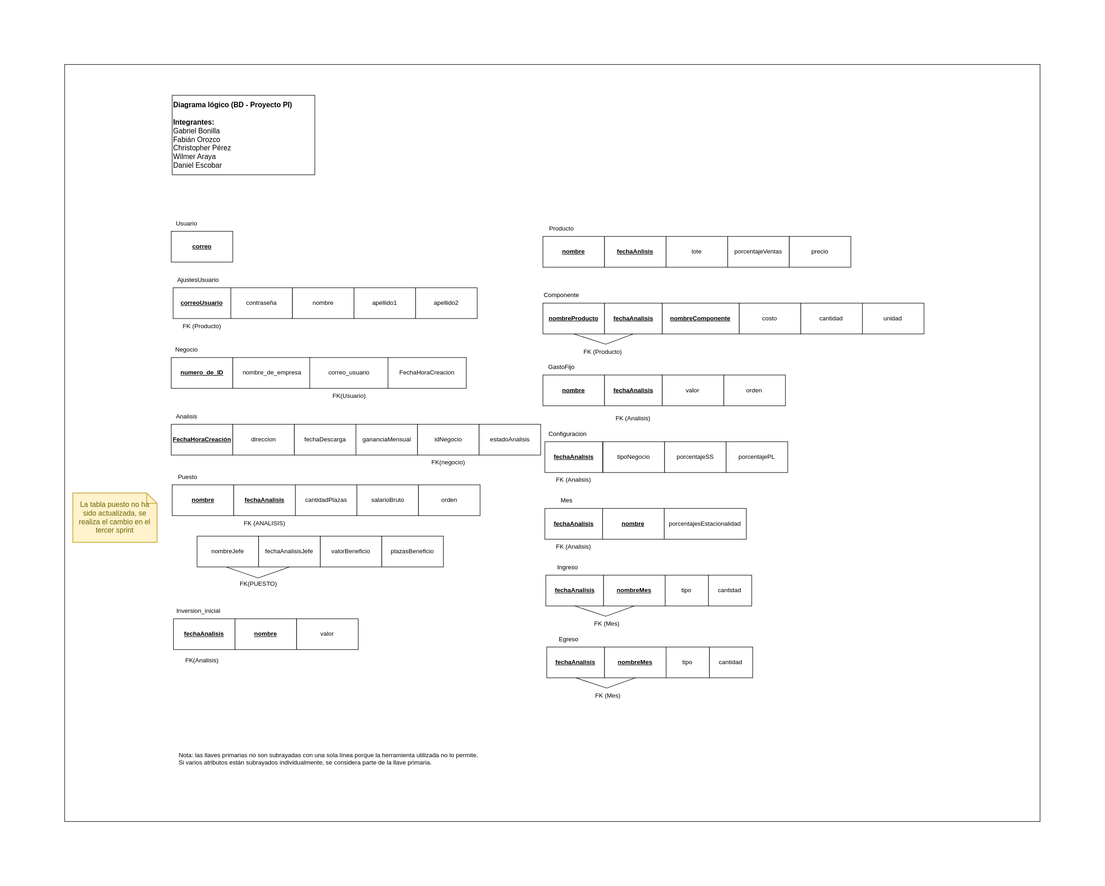
Above: design/database/DisenoLogico.svg in Wumpus-Proyecto-PI/CI0128_22B_Wumpus (draw.io), before the change. Source tidied: cells renumbered, new cells last; positions are measured from the earlier drawing's top-left corner, leaving out a move shared by most shapes.
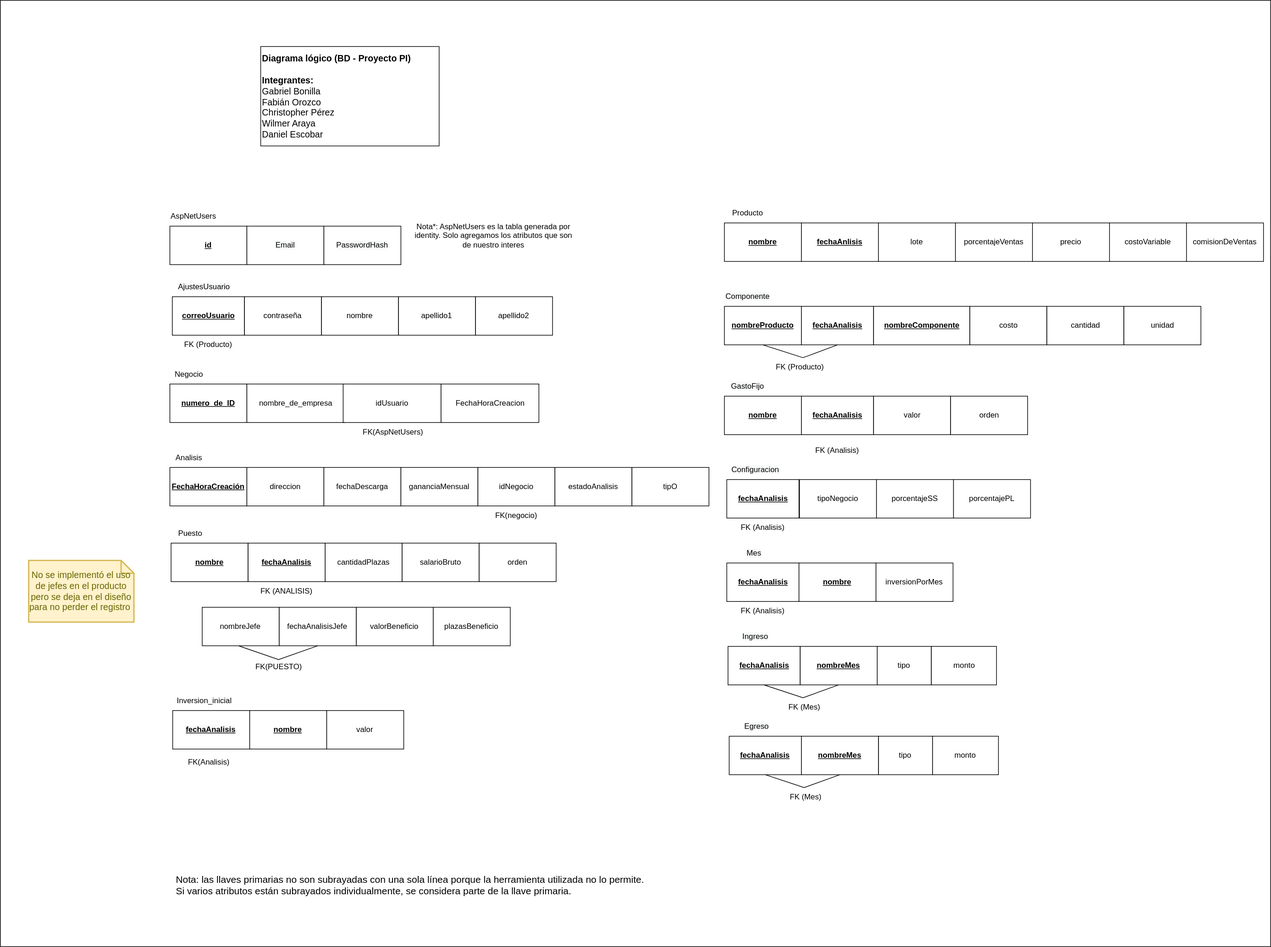
The same diagram one commit later.

Commit message:
Agregando diseno logico y eer de la base de datos.

Diff of the diagram source:
```diff
@@ -5,63 +5,63 @@
     <mxCell id="2" value="&amp;nbsp; &amp;nbsp;&amp;nbsp;" style="rounded=0;whiteSpace=wrap;html=1;" parent="1" vertex="1">
-      <mxGeometry width="1900.6" height="1475" as="geometry" />
+      <mxGeometry x="-196" y="-12" width="1979" height="1475" as="geometry" />
     </mxCell>
     <mxCell id="3" value="&lt;b&gt;&lt;u&gt;FechaHoraCreación&lt;/u&gt;&lt;/b&gt;" style="rounded=0;whiteSpace=wrap;html=1;" parent="1" vertex="1">
-      <mxGeometry x="207.6" y="701" width="120" height="60" as="geometry" />
+      <mxGeometry x="68" y="716" width="120" height="60" as="geometry" />
     </mxCell>
     <mxCell id="4" value="Analisis" style="text;html=1;strokeColor=none;fillColor=none;align=center;verticalAlign=middle;whiteSpace=wrap;rounded=0;" parent="1" vertex="1">
-      <mxGeometry x="207.6" y="671" width="60" height="30" as="geometry" />
+      <mxGeometry x="68" y="686" width="60" height="30" as="geometry" />
     </mxCell>
     <mxCell id="5" value="direccion" style="rounded=0;whiteSpace=wrap;html=1;" parent="1" vertex="1">
-      <mxGeometry x="327.6" y="701" width="120" height="60" as="geometry" />
+      <mxGeometry x="188" y="716" width="120" height="60" as="geometry" />
     </mxCell>
     <mxCell id="6" value="fechaDescarga" style="rounded=0;whiteSpace=wrap;html=1;" parent="1" vertex="1">
-      <mxGeometry x="447.6" y="701" width="120" height="60" as="geometry" />
+      <mxGeometry x="308" y="716" width="120" height="60" as="geometry" />
     </mxCell>
     <mxCell id="7" value="gananciaMensual" style="rounded=0;whiteSpace=wrap;html=1;" parent="1" vertex="1">
-      <mxGeometry x="567.6" y="701" width="120" height="60" as="geometry" />
+      <mxGeometry x="428" y="716" width="120" height="60" as="geometry" />
     </mxCell>
     <mxCell id="8" value="idNegocio" style="rounded=0;whiteSpace=wrap;html=1;" parent="1" vertex="1">
-      <mxGeometry x="687.6" y="701" width="120" height="60" as="geometry" />
+      <mxGeometry x="548" y="716" width="120" height="60" as="geometry" />
     </mxCell>
     <mxCell id="9" value="&lt;b&gt;&lt;u&gt;nombre&lt;/u&gt;&lt;/b&gt;" style="rounded=0;whiteSpace=wrap;html=1;" parent="1" vertex="1">
-      <mxGeometry x="209.5" y="819" width="120" height="60" as="geometry" />
+      <mxGeometry x="69.9" y="834" width="120" height="60" as="geometry" />
     </mxCell>
     <mxCell id="10" value="Puesto" style="text;html=1;strokeColor=none;fillColor=none;align=center;verticalAlign=middle;whiteSpace=wrap;rounded=0;" parent="1" vertex="1">
-      <mxGeometry x="209.5" y="789" width="60" height="30" as="geometry" />
+      <mxGeometry x="69.9" y="804" width="60" height="30" as="geometry" />
     </mxCell>
     <mxCell id="11" value="cantidadPlazas" style="rounded=0;whiteSpace=wrap;html=1;" parent="1" vertex="1">
-      <mxGeometry x="449.5" y="819" width="120" height="60" as="geometry" />
+      <mxGeometry x="309.9" y="834" width="120" height="60" as="geometry" />
     </mxCell>
     <mxCell id="12" value="salarioBruto" style="rounded=0;whiteSpace=wrap;html=1;" parent="1" vertex="1">
-      <mxGeometry x="569.5" y="819" width="120" height="60" as="geometry" />
+      <mxGeometry x="429.9" y="834" width="120" height="60" as="geometry" />
     </mxCell>
     <mxCell id="13" value="&lt;b&gt;&lt;u&gt;fechaAnalisis&lt;/u&gt;&lt;/b&gt;" style="rounded=0;whiteSpace=wrap;html=1;" parent="1" vertex="1">
-      <mxGeometry x="329.5" y="819" width="120" height="60" as="geometry" />
+      <mxGeometry x="189.9" y="834" width="120" height="60" as="geometry" />
     </mxCell>
     <mxCell id="14" value="FK (ANALISIS)" style="text;html=1;strokeColor=none;fillColor=none;align=center;verticalAlign=middle;whiteSpace=wrap;rounded=0;" parent="1" vertex="1">
-      <mxGeometry x="344.5" y="879" width="90" height="30" as="geometry" />
+      <mxGeometry x="204.9" y="894" width="90" height="30" as="geometry" />
     </mxCell>
     <mxCell id="15" value="FK(negocio)" style="text;html=1;strokeColor=none;fillColor=none;align=center;verticalAlign=middle;whiteSpace=wrap;rounded=0;" parent="1" vertex="1">
-      <mxGeometry x="702.6" y="761" width="90" height="30" as="geometry" />
+      <mxGeometry x="563" y="776" width="90" height="30" as="geometry" />
     </mxCell>
-    <mxCell id="16" value="&lt;u&gt;&lt;b&gt;correo&lt;/b&gt;&lt;/u&gt;" style="rounded=0;whiteSpace=wrap;html=1;" parent="1" vertex="1">
-      <mxGeometry x="207.6" y="325" width="120" height="60" as="geometry" />
+    <mxCell id="16" value="&lt;u style=&quot;background-color: rgb(248, 249, 250);&quot;&gt;&lt;b&gt;id&lt;/b&gt;&lt;/u&gt;" style="rounded=0;whiteSpace=wrap;html=1;" parent="1" vertex="1">
+      <mxGeometry x="68" y="340" width="120" height="60" as="geometry" />
     </mxCell>
-    <mxCell id="17" value="Usuario" style="text;html=1;strokeColor=none;fillColor=none;align=center;verticalAlign=middle;whiteSpace=wrap;rounded=0;" parent="1" vertex="1">
-      <mxGeometry x="207.6" y="295" width="60" height="30" as="geometry" />
+    <mxCell id="17" value="AspNetUsers" style="text;html=1;strokeColor=none;fillColor=none;align=center;verticalAlign=middle;whiteSpace=wrap;rounded=0;" parent="1" vertex="1">
+      <mxGeometry x="68" y="310" width="74.4" height="30" as="geometry" />
     </mxCell>
     <mxCell id="18" value="&lt;u&gt;&lt;b&gt;numero_de_ID&lt;/b&gt;&lt;/u&gt;" style="rounded=0;whiteSpace=wrap;html=1;" parent="1" vertex="1">
-      <mxGeometry x="207.6" y="571" width="120" height="60" as="geometry" />
+      <mxGeometry x="68" y="586" width="120" height="60" as="geometry" />
     </mxCell>
     <mxCell id="19" value="Negocio" style="text;html=1;strokeColor=none;fillColor=none;align=center;verticalAlign=middle;whiteSpace=wrap;rounded=0;" parent="1" vertex="1">
-      <mxGeometry x="207.6" y="541" width="60" height="30" as="geometry" />
+      <mxGeometry x="68" y="556" width="60" height="30" as="geometry" />
     </mxCell>
     <mxCell id="20" value="nombre_de_empresa" style="rounded=0;whiteSpace=wrap;html=1;" parent="1" vertex="1">
-      <mxGeometry x="327.6" y="571" width="152.5" height="60" as="geometry" />
+      <mxGeometry x="188" y="586" width="152.5" height="60" as="geometry" />
     </mxCell>
-    <mxCell id="21" value="correo_usuario" style="rounded=0;whiteSpace=wrap;html=1;" parent="1" vertex="1">
-      <mxGeometry x="477.6" y="571" width="152.5" height="60" as="geometry" />
+    <mxCell id="21" value="idUsuario" style="rounded=0;whiteSpace=wrap;html=1;" parent="1" vertex="1">
+      <mxGeometry x="338" y="586" width="152.5" height="60" as="geometry" />
     </mxCell>
-    <mxCell id="22" value="FK(Usuario)" style="text;html=1;strokeColor=none;fillColor=none;align=center;verticalAlign=middle;whiteSpace=wrap;rounded=0;" parent="1" vertex="1">
-      <mxGeometry x="510.1" y="631" width="90" height="30" as="geometry" />
+    <mxCell id="22" value="FK(AspNetUsers)" style="text;html=1;strokeColor=none;fillColor=none;align=center;verticalAlign=middle;whiteSpace=wrap;rounded=0;" parent="1" vertex="1">
+      <mxGeometry x="370.5" y="646" width="90" height="30" as="geometry" />
     </mxCell>
@@ -144,24 +144,24 @@
     <mxCell id="47" value="FK (Producto)" style="text;html=1;strokeColor=none;fillColor=none;align=center;verticalAlign=middle;whiteSpace=wrap;rounded=0;" parent="1" vertex="1">
-      <mxGeometry x="222.6" y="495" width="90" height="30" as="geometry" />
+      <mxGeometry x="83" y="510" width="90" height="30" as="geometry" />
     </mxCell>
     <mxCell id="48" value="&lt;span style=&quot;background-color: rgb(248, 249, 250);&quot;&gt;AjustesUsuario&lt;/span&gt;" style="text;html=1;strokeColor=none;fillColor=none;align=center;verticalAlign=middle;whiteSpace=wrap;rounded=0;" parent="1" vertex="1">
-      <mxGeometry x="211.4" y="405" width="98.8" height="30" as="geometry" />
+      <mxGeometry x="71.8" y="420" width="98.8" height="30" as="geometry" />
     </mxCell>
     <mxCell id="49" value="&lt;u&gt;&lt;b&gt;correoUsuario&lt;/b&gt;&lt;/u&gt;" style="rounded=0;whiteSpace=wrap;html=1;" parent="1" vertex="1">
-      <mxGeometry x="211.4" y="435" width="112.5" height="60" as="geometry" />
+      <mxGeometry x="71.8" y="450" width="112.5" height="60" as="geometry" />
     </mxCell>
     <mxCell id="50" value="contraseña" style="rounded=0;whiteSpace=wrap;html=1;" parent="1" vertex="1">
-      <mxGeometry x="323.9" y="435" width="120" height="60" as="geometry" />
+      <mxGeometry x="184.2" y="450" width="120" height="60" as="geometry" />
     </mxCell>
     <mxCell id="51" value="nombre" style="rounded=0;whiteSpace=wrap;html=1;" parent="1" vertex="1">
-      <mxGeometry x="443.9" y="435" width="120" height="60" as="geometry" />
+      <mxGeometry x="304.2" y="450" width="120" height="60" as="geometry" />
     </mxCell>
     <mxCell id="52" value="apellido1" style="rounded=0;whiteSpace=wrap;html=1;" parent="1" vertex="1">
-      <mxGeometry x="563.9" y="435" width="120" height="60" as="geometry" />
+      <mxGeometry x="424.2" y="450" width="120" height="60" as="geometry" />
     </mxCell>
     <mxCell id="53" value="apellido2" style="rounded=0;whiteSpace=wrap;html=1;" parent="1" vertex="1">
-      <mxGeometry x="683.9" y="435" width="120" height="60" as="geometry" />
+      <mxGeometry x="544.2" y="450" width="120" height="60" as="geometry" />
     </mxCell>
     <mxCell id="54" value="FechaHoraCreacion" style="rounded=0;whiteSpace=wrap;html=1;" parent="1" vertex="1">
-      <mxGeometry x="630.1" y="571" width="152.5" height="60" as="geometry" />
+      <mxGeometry x="490.5" y="586" width="152.5" height="60" as="geometry" />
     </mxCell>
@@ -176,5 +176,2 @@
     </mxCell>
-    <mxCell id="58" value="porcentajesEstacionalidad" style="rounded=0;whiteSpace=wrap;html=1;" parent="1" vertex="1">
-      <mxGeometry x="1168.2" y="865" width="160" height="60" as="geometry" />
-    </mxCell>
     <mxCell id="59" value="&lt;u&gt;&lt;b&gt;nombre&lt;/b&gt;&lt;/u&gt;" style="rounded=0;whiteSpace=wrap;html=1;" parent="1" vertex="1">
@@ -197,4 +194,4 @@
     </mxCell>
-    <mxCell id="65" value="cantidad" style="rounded=0;whiteSpace=wrap;html=1;" parent="1" vertex="1">
-      <mxGeometry x="1254.5" y="995" width="84.4" height="60" as="geometry" />
+    <mxCell id="65" value="monto" style="rounded=0;whiteSpace=wrap;html=1;" parent="1" vertex="1">
+      <mxGeometry x="1254.5" y="995" width="101.5" height="60" as="geometry" />
     </mxCell>
@@ -222,4 +219,4 @@
     </mxCell>
-    <mxCell id="72" value="cantidad" style="rounded=0;whiteSpace=wrap;html=1;" parent="1" vertex="1">
-      <mxGeometry x="1256.4" y="1135" width="84.4" height="60" as="geometry" />
+    <mxCell id="72" value="monto" style="rounded=0;whiteSpace=wrap;html=1;" parent="1" vertex="1">
+      <mxGeometry x="1256.4" y="1135" width="102.6" height="60" as="geometry" />
     </mxCell>
@@ -233,3 +230,3 @@
     <mxCell id="74" value="orden" style="rounded=0;whiteSpace=wrap;html=1;" parent="1" vertex="1">
-      <mxGeometry x="689.5" y="819" width="120" height="60" as="geometry" />
+      <mxGeometry x="549.9" y="834" width="120" height="60" as="geometry" />
     </mxCell>
@@ -239,18 +236,18 @@
     <mxCell id="76" value="&lt;span style=&quot;background-color: rgb(248, 249, 250);&quot;&gt;&lt;b&gt;&lt;u&gt;fechaAnalisis&lt;/u&gt;&lt;/b&gt;&lt;/span&gt;" style="rounded=0;whiteSpace=wrap;html=1;" parent="1" vertex="1">
-      <mxGeometry x="212" y="1080" width="120" height="60" as="geometry" />
+      <mxGeometry x="72.4" y="1095" width="120" height="60" as="geometry" />
     </mxCell>
     <mxCell id="77" value="Inversion_inicial" style="text;html=1;strokeColor=none;fillColor=none;align=center;verticalAlign=middle;whiteSpace=wrap;rounded=0;" parent="1" vertex="1">
-      <mxGeometry x="211.4" y="1050" width="100" height="30" as="geometry" />
+      <mxGeometry x="71.8" y="1065" width="100" height="30" as="geometry" />
     </mxCell>
     <mxCell id="78" value="&lt;b&gt;&lt;u&gt;nombre&lt;/u&gt;&lt;/b&gt;" style="rounded=0;whiteSpace=wrap;html=1;" parent="1" vertex="1">
-      <mxGeometry x="332" y="1080" width="120" height="60" as="geometry" />
+      <mxGeometry x="192.4" y="1095" width="120" height="60" as="geometry" />
     </mxCell>
     <mxCell id="79" value="valor" style="rounded=0;whiteSpace=wrap;html=1;" parent="1" vertex="1">
-      <mxGeometry x="452" y="1080" width="120" height="60" as="geometry" />
+      <mxGeometry x="312.4" y="1095" width="120" height="60" as="geometry" />
     </mxCell>
     <mxCell id="80" value="FK(Analisis)" style="text;html=1;strokeColor=none;fillColor=none;align=center;verticalAlign=middle;whiteSpace=wrap;rounded=0;" parent="1" vertex="1">
-      <mxGeometry x="223.3" y="1146" width="90" height="30" as="geometry" />
+      <mxGeometry x="83.6" y="1161" width="90" height="30" as="geometry" />
     </mxCell>
-    <mxCell id="81" value="&lt;div style=&quot;text-align: left;&quot;&gt;&lt;span style=&quot;background-color: initial;&quot;&gt;Nota: las llaves primarias no son subrayadas con una sola línea porque la herramienta utilizada no lo permite.&lt;/span&gt;&lt;/div&gt;&lt;div style=&quot;text-align: left;&quot;&gt;&lt;span style=&quot;background-color: initial;&quot;&gt;Si varios atributos están subrayados individualmente, se considera parte de la llave primaria.&lt;/span&gt;&lt;/div&gt;" style="text;html=1;align=center;verticalAlign=middle;strokeColor=none;fillColor=none;" parent="1" vertex="1">
-      <mxGeometry x="213.3" y="1333" width="602" height="41" as="geometry" />
+    <mxCell id="81" value="&lt;div style=&quot;text-align: left; font-size: 15px;&quot;&gt;&lt;span style=&quot;background-color: initial;&quot;&gt;&lt;font style=&quot;font-size: 15px;&quot;&gt;Nota: las llaves primarias no son subrayadas con una sola línea porque la herramienta utilizada no lo permite.&lt;/font&gt;&lt;/span&gt;&lt;/div&gt;&lt;div style=&quot;text-align: left; font-size: 15px;&quot;&gt;&lt;span style=&quot;background-color: initial;&quot;&gt;&lt;font style=&quot;font-size: 15px;&quot;&gt;Si varios atributos están subrayados individualmente, se considera parte de la llave primaria.&lt;/font&gt;&lt;/span&gt;&lt;/div&gt;" style="text;html=1;align=center;verticalAlign=middle;strokeColor=none;fillColor=none;" parent="1" vertex="1">
+      <mxGeometry x="68" y="1343" width="748" height="48" as="geometry" />
     </mxCell>
@@ -266,18 +263,18 @@
     <mxCell id="85" value="estadoAnalisis" style="rounded=0;whiteSpace=wrap;html=1;" parent="1" vertex="1">
-      <mxGeometry x="807.6" y="701" width="120" height="60" as="geometry" />
+      <mxGeometry x="668" y="716" width="120" height="60" as="geometry" />
     </mxCell>
     <mxCell id="86" value="nombreJefe" style="rounded=0;whiteSpace=wrap;html=1;" parent="1" vertex="1">
-      <mxGeometry x="258" y="919" width="120" height="60" as="geometry" />
+      <mxGeometry x="118.4" y="934" width="120" height="60" as="geometry" />
     </mxCell>
     <mxCell id="87" value="FK(PUESTO)" style="text;html=1;strokeColor=none;fillColor=none;align=center;verticalAlign=middle;whiteSpace=wrap;rounded=0;" parent="1" vertex="1">
-      <mxGeometry x="333" y="996.5" width="90" height="30" as="geometry" />
+      <mxGeometry x="193.4" y="1011.5" width="90" height="30" as="geometry" />
     </mxCell>
     <mxCell id="88" value="valorBeneficio" style="rounded=0;whiteSpace=wrap;html=1;" parent="1" vertex="1">
-      <mxGeometry x="498" y="919" width="120" height="60" as="geometry" />
+      <mxGeometry x="358.4" y="934" width="120" height="60" as="geometry" />
     </mxCell>
     <mxCell id="89" value="plazasBeneficio" style="rounded=0;whiteSpace=wrap;html=1;" parent="1" vertex="1">
-      <mxGeometry x="618" y="919" width="120" height="60" as="geometry" />
+      <mxGeometry x="478.4" y="934" width="120" height="60" as="geometry" />
     </mxCell>
     <mxCell id="90" value="fechaAnalisisJefe" style="rounded=0;whiteSpace=wrap;html=1;" parent="1" vertex="1">
-      <mxGeometry x="378" y="919" width="120" height="60" as="geometry" />
+      <mxGeometry x="238.4" y="934" width="120" height="60" as="geometry" />
     </mxCell>
@@ -286,3 +283,3 @@
         <Array as="points">
-          <mxPoint x="377" y="1000.5" />
+          <mxPoint x="237.4" y="1015.5" />
         </Array>
@@ -290,5 +287,26 @@
     </mxCell>
-    <mxCell id="92" value="La tabla puesto no ha sido actualizada, se realiza el cambio en el tercer sprint" style="shape=note;strokeWidth=2;fontSize=14;size=20;whiteSpace=wrap;html=1;fillColor=#fff2cc;strokeColor=#d6b656;fontColor=#666600;" parent="1" vertex="1">
-      <mxGeometry x="16" y="835" width="164" height="96" as="geometry" />
+    <mxCell id="92" value="No se implementó el uso de jefes en el producto pero se deja en el diseño para no perder el registro&amp;nbsp;" style="shape=note;strokeWidth=2;fontSize=14;size=20;whiteSpace=wrap;html=1;fillColor=#fff2cc;strokeColor=#d6b656;fontColor=#666600;" parent="1" vertex="1">
+      <mxGeometry x="-152" y="861" width="164" height="96" as="geometry" />
     </mxCell>
+    <mxCell id="93" value="tipO" style="rounded=0;whiteSpace=wrap;html=1;" parent="1" vertex="1">
+      <mxGeometry x="788" y="716" width="120" height="60" as="geometry" />
+    </mxCell>
+    <mxCell id="94" value="&lt;span style=&quot;background-color: rgb(248, 249, 250);&quot;&gt;Email&lt;/span&gt;" style="rounded=0;whiteSpace=wrap;html=1;" parent="1" vertex="1">
+      <mxGeometry x="188" y="340" width="120" height="60" as="geometry" />
+    </mxCell>
+    <mxCell id="95" value="&lt;span style=&quot;background-color: rgb(248, 249, 250);&quot;&gt;PasswordHash&lt;/span&gt;" style="rounded=0;whiteSpace=wrap;html=1;" parent="1" vertex="1">
+      <mxGeometry x="308" y="340" width="120" height="60" as="geometry" />
+    </mxCell>
+    <mxCell id="96" value="Nota*: AspNetUsers es la tabla generada por identity. Solo agregamos los atributos que son de nuestro interes" style="text;html=1;strokeColor=none;fillColor=none;align=center;verticalAlign=middle;whiteSpace=wrap;rounded=0;" parent="1" vertex="1">
+      <mxGeometry x="445" y="340" width="255" height="30" as="geometry" />
+    </mxCell>
+    <mxCell id="97" value="inversionPorMes" style="rounded=0;whiteSpace=wrap;html=1;" parent="1" vertex="1">
+      <mxGeometry x="1168.2" y="865" width="120" height="60" as="geometry" />
+    </mxCell>
+    <mxCell id="98" value="costoVariable" style="rounded=0;whiteSpace=wrap;html=1;" parent="1" vertex="1">
+      <mxGeometry x="1532" y="335" width="120" height="60" as="geometry" />
+    </mxCell>
+    <mxCell id="99" value="comisionDeVentas" style="rounded=0;whiteSpace=wrap;html=1;" parent="1" vertex="1">
+      <mxGeometry x="1652" y="335" width="120" height="60" as="geometry" />
+    </mxCell>
   </root>
```
